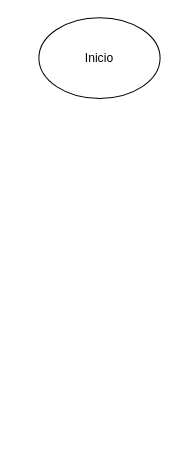
Earlier version of the draw.io diagram Diagrama sin título.drawio (alejandrorestrepoj/DiagramaFlujo). Source tidied: cells renumbered, new cells numbered last; positions are measured from the earlier drawing's top-left corner, leaving out a move shared by most shapes. Both pictures are drawn from the tidied source at 101%, with x=0, y=0 at pixel (38, 17).
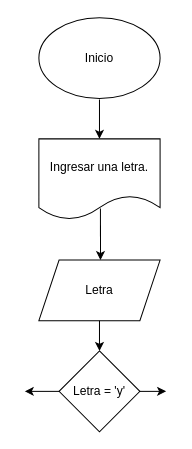
After the change.

What changed in the source:
```diff
@@
 <mxGraphModel>
   <root>
     <mxCell id="0" />
     <mxCell id="1" parent="0" />
     <mxCell id="2" value="Inicio" style="ellipse;whiteSpace=wrap;html=1;" parent="1" vertex="1">
       <mxGeometry width="120" height="80" as="geometry" />
     </mxCell>
+    <mxCell id="3" style="endArrow=classic;html=1;rounded=0;" parent="1" edge="1">
+      <mxGeometry relative="1" as="geometry">
+        <mxPoint x="60" y="81" as="sourcePoint" />
+        <mxPoint x="60" y="120" as="targetPoint" />
+      </mxGeometry>
+    </mxCell>
+    <mxCell id="4" value="Ingresar una letra." style="shape=document;whiteSpace=wrap;html=1;boundedLbl=1;" parent="1" vertex="1">
+      <mxGeometry y="120" width="120" height="80" as="geometry" />
+    </mxCell>
+    <mxCell id="5" style="endArrow=classic;html=1;rounded=0;exitX=0.508;exitY=0.863;exitDx=0;exitDy=0;exitPerimeter=0;" parent="1" edge="1" source="4">
+      <mxGeometry relative="1" as="geometry">
+        <mxPoint x="61" y="240" as="targetPoint" />
+      </mxGeometry>
+    </mxCell>
+    <mxCell id="6" value="Letra" style="shape=parallelogram;perimeter=parallelogramPerimeter;whiteSpace=wrap;html=1;fixedSize=1;" parent="1" vertex="1">
+      <mxGeometry y="240" width="120" height="60" as="geometry" />
+    </mxCell>
+    <mxCell id="7" style="endArrow=classic;html=1;rounded=0;exitX=0.5;exitY=1;exitDx=0;exitDy=0;" parent="1" edge="1" source="6" target="8">
+      <mxGeometry relative="1" as="geometry" />
+    </mxCell>
+    <mxCell id="8" value="Letra = 'y'" style="rhombus;whiteSpace=wrap;html=1;" parent="1" vertex="1">
+      <mxGeometry x="20" y="330" width="80" height="80" as="geometry" />
+    </mxCell>
+    <mxCell id="9" style="endArrow=classic;html=1;rounded=0;exitX=0;exitY=0.5;exitDx=0;exitDy=0;" parent="1" edge="1" source="8">
+      <mxGeometry relative="1" as="geometry">
+        <mxPoint x="-14" y="370" as="targetPoint" />
+      </mxGeometry>
+    </mxCell>
+    <mxCell id="10" style="endArrow=classic;html=1;rounded=0;exitX=1;exitY=0.5;exitDx=0;exitDy=0;" parent="1" edge="1" source="8">
+      <mxGeometry relative="1" as="geometry">
+        <mxPoint x="126" y="370" as="targetPoint" />
+      </mxGeometry>
+    </mxCell>
   </root>
 </mxGraphModel>
```
